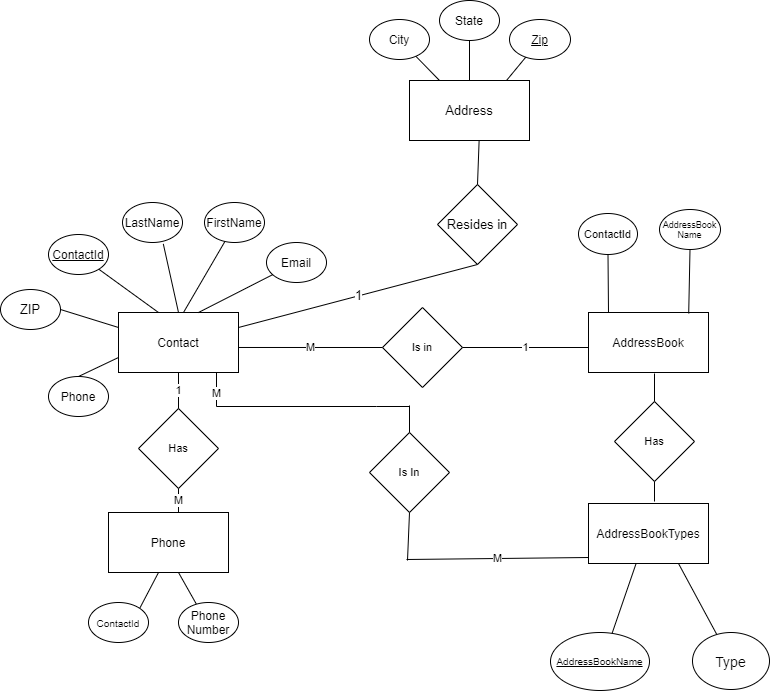
Before: AddressBookDB.png, a diagram exported from draw.io (shivamj2603/AddressBookDBService). Source tidied: cells renumbered, new cells last; positions are measured from the earlier drawing's top-left corner, leaving out a move shared by most shapes. The source it was exported from:
```xml
<mxGraphModel>
  <root>
    <mxCell id="0" />
    <mxCell id="1" parent="0" />
    <mxCell id="2" value="Contact" style="rounded=0;whiteSpace=wrap;html=1;" parent="1" vertex="1">
      <mxGeometry x="118" y="312" width="120" height="60" as="geometry" />
    </mxCell>
    <mxCell id="3" style="endArrow=none;html=1;" parent="1" edge="1" target="4">
      <mxGeometry relative="1" as="geometry">
        <mxPoint x="158" y="312" as="sourcePoint" />
      </mxGeometry>
    </mxCell>
    <mxCell id="4" value="&lt;u&gt;ContactId&lt;/u&gt;" style="ellipse;whiteSpace=wrap;html=1;" parent="1" vertex="1">
      <mxGeometry x="48" y="234" width="60" height="40" as="geometry" />
    </mxCell>
    <mxCell id="5" value="FirstName" style="ellipse;whiteSpace=wrap;html=1;" parent="1" vertex="1">
      <mxGeometry x="204" y="202" width="60" height="40" as="geometry" />
    </mxCell>
    <mxCell id="6" style="endArrow=none;html=1;exitX=0.5;exitY=0;exitDx=0;exitDy=0;entryX=0.68;entryY=1.035;entryDx=0;entryDy=0;entryPerimeter=0;" parent="1" edge="1" source="2" target="7">
      <mxGeometry relative="1" as="geometry" />
    </mxCell>
    <mxCell id="7" value="LastName" style="ellipse;whiteSpace=wrap;html=1;" parent="1" vertex="1">
      <mxGeometry x="122" y="202" width="60" height="40" as="geometry" />
    </mxCell>
    <mxCell id="8" style="endArrow=none;html=1;" parent="1" edge="1" target="9">
      <mxGeometry relative="1" as="geometry">
        <mxPoint x="198" y="312" as="sourcePoint" />
      </mxGeometry>
    </mxCell>
    <mxCell id="9" value="Email" style="ellipse;whiteSpace=wrap;html=1;" parent="1" vertex="1">
      <mxGeometry x="266" y="242" width="60" height="40" as="geometry" />
    </mxCell>
    <mxCell id="10" value="AddressBookTypes" style="rounded=0;whiteSpace=wrap;html=1;" parent="1" vertex="1">
      <mxGeometry x="588" y="503" width="120" height="60" as="geometry" />
    </mxCell>
    <mxCell id="11" value="Phone" style="rounded=0;whiteSpace=wrap;html=1;" parent="1" vertex="1">
      <mxGeometry x="108" y="512" width="120" height="60" as="geometry" />
    </mxCell>
    <mxCell id="12" value="AddressBook" style="rounded=0;whiteSpace=wrap;html=1;" parent="1" vertex="1">
      <mxGeometry x="588" y="312" width="120" height="60" as="geometry" />
    </mxCell>
    <mxCell id="13" style="endArrow=none;html=1;exitX=1;exitY=0;exitDx=0;exitDy=0;" parent="1" edge="1" source="16">
      <mxGeometry relative="1" as="geometry">
        <mxPoint x="158" y="572" as="targetPoint" />
      </mxGeometry>
    </mxCell>
    <mxCell id="14" style="endArrow=none;html=1;exitX=0.297;exitY=0.038;exitDx=0;exitDy=0;exitPerimeter=0;" parent="1" edge="1" source="15">
      <mxGeometry relative="1" as="geometry">
        <mxPoint x="178" y="572" as="targetPoint" />
      </mxGeometry>
    </mxCell>
    <mxCell id="15" value="Phone Number" style="ellipse;whiteSpace=wrap;html=1;" parent="1" vertex="1">
      <mxGeometry x="178" y="602" width="60" height="40" as="geometry" />
    </mxCell>
    <mxCell id="16" value="&lt;font size=&quot;1&quot;&gt;ContactId&lt;/font&gt;" style="ellipse;whiteSpace=wrap;html=1;" parent="1" vertex="1">
      <mxGeometry x="88" y="602" width="60" height="40" as="geometry" />
    </mxCell>
    <mxCell id="17" style="endArrow=none;html=1;exitX=0.62;exitY=0.025;exitDx=0;exitDy=0;exitPerimeter=0;entryX=0.396;entryY=1.004;entryDx=0;entryDy=0;entryPerimeter=0;" parent="1" edge="1" source="19" target="10">
      <mxGeometry relative="1" as="geometry" />
    </mxCell>
    <mxCell id="18" style="endArrow=none;html=1;entryX=0.75;entryY=1;entryDx=0;entryDy=0;" parent="1" edge="1" source="20" target="10">
      <mxGeometry relative="1" as="geometry" />
    </mxCell>
    <mxCell id="19" value="&lt;font style=&quot;font-size: 10px&quot;&gt;AddressBookName&lt;/font&gt;" style="ellipse;whiteSpace=wrap;html=1;fontStyle=4;fontSize=11;" parent="1" vertex="1">
      <mxGeometry x="550" y="632" width="99" height="58" as="geometry" />
    </mxCell>
    <mxCell id="20" value="&lt;span style=&quot;font-size: 14px&quot;&gt;Type&lt;/span&gt;" style="ellipse;whiteSpace=wrap;html=1;fontSize=9;" parent="1" vertex="1">
      <mxGeometry x="692" y="632" width="77" height="57" as="geometry" />
    </mxCell>
    <mxCell id="21" style="endArrow=none;html=1;fontSize=11;entryX=0.5;entryY=1;entryDx=0;entryDy=0;exitX=0.835;exitY=0.015;exitDx=0;exitDy=0;exitPerimeter=0;" parent="1" edge="1" source="12" target="24">
      <mxGeometry relative="1" as="geometry" />
    </mxCell>
    <mxCell id="22" style="endArrow=none;html=1;fontSize=11;" parent="1" edge="1" target="23">
      <mxGeometry relative="1" as="geometry">
        <mxPoint x="608" y="312" as="sourcePoint" />
      </mxGeometry>
    </mxCell>
    <mxCell id="23" value="ContactId" style="ellipse;whiteSpace=wrap;html=1;fontSize=11;" parent="1" vertex="1">
      <mxGeometry x="578" y="213" width="59" height="41" as="geometry" />
    </mxCell>
    <mxCell id="24" value="AddressBook&lt;br&gt;Name" style="ellipse;whiteSpace=wrap;html=1;fontSize=9;" parent="1" vertex="1">
      <mxGeometry x="659" y="209" width="61" height="40" as="geometry" />
    </mxCell>
    <mxCell id="25" style="endArrow=none;html=1;fontSize=11;entryX=0.34;entryY=0.975;entryDx=0;entryDy=0;entryPerimeter=0;" parent="1" edge="1" target="5">
      <mxGeometry relative="1" as="geometry">
        <mxPoint x="183" y="312" as="sourcePoint" />
      </mxGeometry>
    </mxCell>
    <mxCell id="26" value="Has" style="rhombus;whiteSpace=wrap;html=1;fontSize=11;" parent="1" vertex="1">
      <mxGeometry x="138" y="408" width="80" height="80" as="geometry" />
    </mxCell>
    <mxCell id="27" value="Is in" style="rhombus;whiteSpace=wrap;html=1;fontSize=11;" parent="1" vertex="1">
      <mxGeometry x="382" y="307" width="80" height="80" as="geometry" />
    </mxCell>
    <mxCell id="28" value="Is In" style="rhombus;whiteSpace=wrap;html=1;fontSize=11;" parent="1" vertex="1">
      <mxGeometry x="369" y="432" width="80" height="80" as="geometry" />
    </mxCell>
    <mxCell id="29" value="1" style="endArrow=none;html=1;fontSize=11;exitX=0.5;exitY=0;exitDx=0;exitDy=0;entryX=0.5;entryY=1;entryDx=0;entryDy=0;" parent="1" edge="1" source="26" target="2">
      <mxGeometry relative="1" as="geometry" />
    </mxCell>
    <mxCell id="30" value="M" style="endArrow=none;html=1;fontSize=11;entryX=0.5;entryY=1;entryDx=0;entryDy=0;" parent="1" edge="1" target="26">
      <mxGeometry relative="1" as="geometry">
        <mxPoint x="178" y="512" as="sourcePoint" />
      </mxGeometry>
    </mxCell>
    <mxCell id="31" value="1" style="endArrow=none;html=1;fontSize=11;exitX=1;exitY=0.5;exitDx=0;exitDy=0;" parent="1" edge="1" source="27">
      <mxGeometry relative="1" as="geometry">
        <mxPoint x="588" y="347" as="targetPoint" />
      </mxGeometry>
    </mxCell>
    <mxCell id="32" value="M" style="endArrow=none;html=1;fontSize=11;entryX=0;entryY=0.5;entryDx=0;entryDy=0;exitX=1;exitY=0.583;exitDx=0;exitDy=0;exitPerimeter=0;rounded=0;" parent="1" edge="1" source="2" target="27">
      <mxGeometry relative="1" as="geometry" />
    </mxCell>
    <mxCell id="33" value="M" style="endArrow=none;html=1;fontSize=11;entryX=0.003;entryY=0.9;entryDx=0;entryDy=0;entryPerimeter=0;" parent="1" edge="1" target="10">
      <mxGeometry relative="1" as="geometry">
        <mxPoint x="406" y="559" as="sourcePoint" />
      </mxGeometry>
    </mxCell>
    <mxCell id="34" style="endArrow=none;html=1;fontSize=11;exitX=0.5;exitY=0;exitDx=0;exitDy=0;" parent="1" edge="1" source="28">
      <mxGeometry relative="1" as="geometry">
        <mxPoint x="409" y="405" as="targetPoint" />
      </mxGeometry>
    </mxCell>
    <mxCell id="35" style="endArrow=none;html=1;fontSize=11;entryX=0.5;entryY=1;entryDx=0;entryDy=0;" parent="1" edge="1" target="28">
      <mxGeometry relative="1" as="geometry">
        <mxPoint x="407" y="560" as="sourcePoint" />
      </mxGeometry>
    </mxCell>
    <mxCell id="36" value="M" style="line;strokeWidth=1;direction=south;html=1;fontSize=11;" parent="1" vertex="1">
      <mxGeometry x="211" y="372" width="10" height="34" as="geometry" />
    </mxCell>
    <mxCell id="37" style="edgeStyle=orthogonalEdgeStyle;rounded=0;jettySize=auto;html=1;exitX=1;exitY=0.5;exitDx=0;exitDy=0;exitPerimeter=0;endArrow=none;endFill=0;fontSize=11;" parent="1" edge="1" source="38">
      <mxGeometry relative="1" as="geometry">
        <mxPoint x="409.2" y="406" as="targetPoint" />
      </mxGeometry>
    </mxCell>
    <mxCell id="38" style="line;strokeWidth=1;html=1;fontSize=11;" parent="1" vertex="1">
      <mxGeometry x="216" y="401" width="160" height="10" as="geometry" />
    </mxCell>
    <mxCell id="39" style="line;strokeWidth=1;direction=south;html=1;fontSize=11;" parent="1" vertex="1">
      <mxGeometry x="649" y="373" width="10" height="128" as="geometry" />
    </mxCell>
    <mxCell id="40" value="Has" style="rhombus;whiteSpace=wrap;html=1;strokeWidth=1;fontSize=11;" parent="1" vertex="1">
      <mxGeometry x="614" y="401" width="80" height="80" as="geometry" />
    </mxCell>
    <mxCell id="41" style="endArrow=none;html=1;fontSize=9;entryX=0;entryY=0.75;entryDx=0;entryDy=0;exitX=0.5;exitY=0;exitDx=0;exitDy=0;" parent="1" edge="1" source="43" target="2">
      <mxGeometry relative="1" as="geometry" />
    </mxCell>
    <mxCell id="42" style="endArrow=none;html=1;fontSize=9;exitX=1;exitY=0.5;exitDx=0;exitDy=0;entryX=0;entryY=0.25;entryDx=0;entryDy=0;" parent="1" edge="1" source="44" target="2">
      <mxGeometry relative="1" as="geometry" />
    </mxCell>
    <mxCell id="43" value="&lt;span style=&quot;font-size: 12px&quot;&gt;Phone&lt;/span&gt;" style="ellipse;whiteSpace=wrap;html=1;strokeWidth=1;fontSize=9;" parent="1" vertex="1">
      <mxGeometry x="48" y="376" width="60" height="40" as="geometry" />
    </mxCell>
    <mxCell id="44" value="ZIP" style="ellipse;whiteSpace=wrap;html=1;strokeWidth=1;fontSize=13;" parent="1" vertex="1">
      <mxGeometry y="289" width="60" height="40" as="geometry" />
    </mxCell>
    <mxCell id="45" value="Address" style="rounded=0;whiteSpace=wrap;html=1;strokeWidth=1;fontSize=13;" parent="1" vertex="1">
      <mxGeometry x="409" y="80" width="120" height="60" as="geometry" />
    </mxCell>
    <mxCell id="46" style="endArrow=none;html=1;fontSize=13;exitX=0.5;exitY=0;exitDx=0;exitDy=0;" parent="1" edge="1" source="45" target="47">
      <mxGeometry relative="1" as="geometry" />
    </mxCell>
    <mxCell id="47" value="State" style="ellipse;whiteSpace=wrap;html=1;" parent="1" vertex="1">
      <mxGeometry x="439" width="60" height="40" as="geometry" />
    </mxCell>
    <mxCell id="48" style="endArrow=none;html=1;fontSize=13;" parent="1" edge="1" target="49">
      <mxGeometry relative="1" as="geometry">
        <mxPoint x="506" y="80" as="sourcePoint" />
      </mxGeometry>
    </mxCell>
    <mxCell id="49" value="Zip" style="ellipse;whiteSpace=wrap;html=1;fontStyle=4;" parent="1" vertex="1">
      <mxGeometry x="509" y="19" width="61" height="40" as="geometry" />
    </mxCell>
    <mxCell id="50" style="endArrow=none;html=1;fontSize=13;exitX=0.25;exitY=0;exitDx=0;exitDy=0;" parent="1" edge="1" source="45" target="51">
      <mxGeometry relative="1" as="geometry" />
    </mxCell>
    <mxCell id="51" value="City" style="ellipse;whiteSpace=wrap;html=1;" parent="1" vertex="1">
      <mxGeometry x="369" y="19" width="60" height="40" as="geometry" />
    </mxCell>
    <mxCell id="52" value="Resides in" style="rhombus;whiteSpace=wrap;html=1;strokeWidth=1;fontSize=13;" parent="1" vertex="1">
      <mxGeometry x="437" y="184" width="80" height="80" as="geometry" />
    </mxCell>
    <mxCell id="53" style="endArrow=none;html=1;fontSize=13;exitX=0.5;exitY=0;exitDx=0;exitDy=0;entryX=0.58;entryY=1.01;entryDx=0;entryDy=0;entryPerimeter=0;" parent="1" edge="1" source="52" target="45">
      <mxGeometry relative="1" as="geometry" />
    </mxCell>
    <mxCell id="54" value="1" style="endArrow=none;html=1;fontSize=13;exitX=1;exitY=0.25;exitDx=0;exitDy=0;entryX=0.5;entryY=1;entryDx=0;entryDy=0;" parent="1" edge="1" source="2" target="52">
      <mxGeometry relative="1" as="geometry" />
    </mxCell>
  </root>
</mxGraphModel>
```
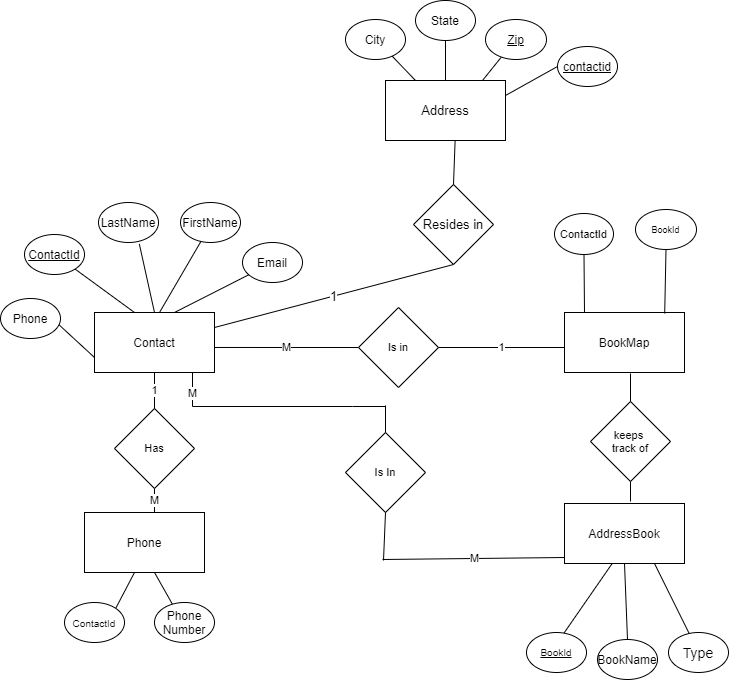
After the change.

Diff of the diagram source:
```diff
@@ -30,13 +30,13 @@
     <mxCell id="9" value="Email" style="ellipse;whiteSpace=wrap;html=1;" parent="1" vertex="1">
       <mxGeometry x="266" y="242" width="60" height="40" as="geometry" />
     </mxCell>
-    <mxCell id="10" value="AddressBookTypes" style="rounded=0;whiteSpace=wrap;html=1;" parent="1" vertex="1">
+    <mxCell id="10" value="AddressBook" style="rounded=0;whiteSpace=wrap;html=1;" parent="1" vertex="1">
       <mxGeometry x="588" y="503" width="120" height="60" as="geometry" />
     </mxCell>
     <mxCell id="11" value="Phone" style="rounded=0;whiteSpace=wrap;html=1;" parent="1" vertex="1">
       <mxGeometry x="108" y="512" width="120" height="60" as="geometry" />
     </mxCell>
-    <mxCell id="12" value="AddressBook" style="rounded=0;whiteSpace=wrap;html=1;" parent="1" vertex="1">
+    <mxCell id="12" value="BookMap" style="rounded=0;whiteSpace=wrap;html=1;" parent="1" vertex="1">
       <mxGeometry x="588" y="312" width="120" height="60" as="geometry" />
     </mxCell>
     <mxCell id="13" style="endArrow=none;html=1;exitX=1;exitY=0;exitDx=0;exitDy=0;" parent="1" edge="1" source="16">
@@ -61,11 +61,11 @@
     <mxCell id="18" style="endArrow=none;html=1;entryX=0.75;entryY=1;entryDx=0;entryDy=0;" parent="1" edge="1" source="20" target="10">
       <mxGeometry relative="1" as="geometry" />
     </mxCell>
-    <mxCell id="19" value="&lt;font style=&quot;font-size: 10px&quot;&gt;AddressBookName&lt;/font&gt;" style="ellipse;whiteSpace=wrap;html=1;fontStyle=4;fontSize=11;" parent="1" vertex="1">
-      <mxGeometry x="550" y="632" width="99" height="58" as="geometry" />
+    <mxCell id="19" value="&lt;font style=&quot;font-size: 10px&quot;&gt;BookId&lt;/font&gt;" style="ellipse;whiteSpace=wrap;html=1;fontStyle=4;fontSize=11;" parent="1" vertex="1">
+      <mxGeometry x="550" y="632" width="60" height="40" as="geometry" />
     </mxCell>
     <mxCell id="20" value="&lt;span style=&quot;font-size: 14px&quot;&gt;Type&lt;/span&gt;" style="ellipse;whiteSpace=wrap;html=1;fontSize=9;" parent="1" vertex="1">
-      <mxGeometry x="692" y="632" width="77" height="57" as="geometry" />
+      <mxGeometry x="692" y="632" width="60" height="40" as="geometry" />
     </mxCell>
     <mxCell id="21" style="endArrow=none;html=1;fontSize=11;entryX=0.5;entryY=1;entryDx=0;entryDy=0;exitX=0.835;exitY=0.015;exitDx=0;exitDy=0;exitPerimeter=0;" parent="1" edge="1" source="12" target="24">
       <mxGeometry relative="1" as="geometry" />
@@ -78,7 +78,7 @@
     <mxCell id="23" value="ContactId" style="ellipse;whiteSpace=wrap;html=1;fontSize=11;" parent="1" vertex="1">
       <mxGeometry x="578" y="213" width="59" height="41" as="geometry" />
     </mxCell>
-    <mxCell id="24" value="AddressBook&lt;br&gt;Name" style="ellipse;whiteSpace=wrap;html=1;fontSize=9;" parent="1" vertex="1">
+    <mxCell id="24" value="BookId" style="ellipse;whiteSpace=wrap;html=1;fontSize=9;" parent="1" vertex="1">
       <mxGeometry x="659" y="209" width="61" height="40" as="geometry" />
     </mxCell>
     <mxCell id="25" style="endArrow=none;html=1;fontSize=11;entryX=0.34;entryY=0.975;entryDx=0;entryDy=0;entryPerimeter=0;" parent="1" edge="1" target="5">
@@ -140,21 +140,15 @@
     <mxCell id="39" style="line;strokeWidth=1;direction=south;html=1;fontSize=11;" parent="1" vertex="1">
       <mxGeometry x="649" y="373" width="10" height="128" as="geometry" />
     </mxCell>
-    <mxCell id="40" value="Has" style="rhombus;whiteSpace=wrap;html=1;strokeWidth=1;fontSize=11;" parent="1" vertex="1">
+    <mxCell id="40" value="keeps&amp;nbsp;&lt;br&gt;track of" style="rhombus;whiteSpace=wrap;html=1;strokeWidth=1;fontSize=11;" parent="1" vertex="1">
       <mxGeometry x="614" y="401" width="80" height="80" as="geometry" />
     </mxCell>
     <mxCell id="41" style="endArrow=none;html=1;fontSize=9;entryX=0;entryY=0.75;entryDx=0;entryDy=0;exitX=0.5;exitY=0;exitDx=0;exitDy=0;" parent="1" edge="1" source="43" target="2">
       <mxGeometry relative="1" as="geometry" />
     </mxCell>
-    <mxCell id="42" style="endArrow=none;html=1;fontSize=9;exitX=1;exitY=0.5;exitDx=0;exitDy=0;entryX=0;entryY=0.25;entryDx=0;entryDy=0;" parent="1" edge="1" source="44" target="2">
-      <mxGeometry relative="1" as="geometry" />
-    </mxCell>
     <mxCell id="43" value="&lt;span style=&quot;font-size: 12px&quot;&gt;Phone&lt;/span&gt;" style="ellipse;whiteSpace=wrap;html=1;strokeWidth=1;fontSize=9;" parent="1" vertex="1">
-      <mxGeometry x="48" y="376" width="60" height="40" as="geometry" />
+      <mxGeometry x="24" y="298" width="60" height="40" as="geometry" />
     </mxCell>
-    <mxCell id="44" value="ZIP" style="ellipse;whiteSpace=wrap;html=1;strokeWidth=1;fontSize=13;" parent="1" vertex="1">
-      <mxGeometry y="289" width="60" height="40" as="geometry" />
-    </mxCell>
     <mxCell id="45" value="Address" style="rounded=0;whiteSpace=wrap;html=1;strokeWidth=1;fontSize=13;" parent="1" vertex="1">
       <mxGeometry x="409" y="80" width="120" height="60" as="geometry" />
     </mxCell>
@@ -187,5 +181,17 @@
     <mxCell id="54" value="1" style="endArrow=none;html=1;fontSize=13;exitX=1;exitY=0.25;exitDx=0;exitDy=0;entryX=0.5;entryY=1;entryDx=0;entryDy=0;" parent="1" edge="1" source="2" target="52">
       <mxGeometry relative="1" as="geometry" />
     </mxCell>
+    <mxCell id="55" style="endArrow=none;html=1;exitX=0.5;exitY=1;exitDx=0;exitDy=0;entryX=0.5;entryY=0;entryDx=0;entryDy=0;" parent="1" edge="1" source="10" target="56">
+      <mxGeometry relative="1" as="geometry" />
+    </mxCell>
+    <mxCell id="56" value="BookName" style="ellipse;whiteSpace=wrap;html=1;" parent="1" vertex="1">
+      <mxGeometry x="621" y="639" width="60" height="40" as="geometry" />
+    </mxCell>
+    <mxCell id="57" value="contactid" style="ellipse;whiteSpace=wrap;html=1;fontStyle=4;" parent="1" vertex="1">
+      <mxGeometry x="581" y="46" width="60" height="40" as="geometry" />
+    </mxCell>
+    <mxCell id="58" style="endArrow=none;html=1;exitX=1;exitY=0.25;exitDx=0;exitDy=0;entryX=0;entryY=0.5;entryDx=0;entryDy=0;" parent="1" edge="1" source="45" target="57">
+      <mxGeometry relative="1" as="geometry" />
+    </mxCell>
   </root>
 </mxGraphModel>
```
